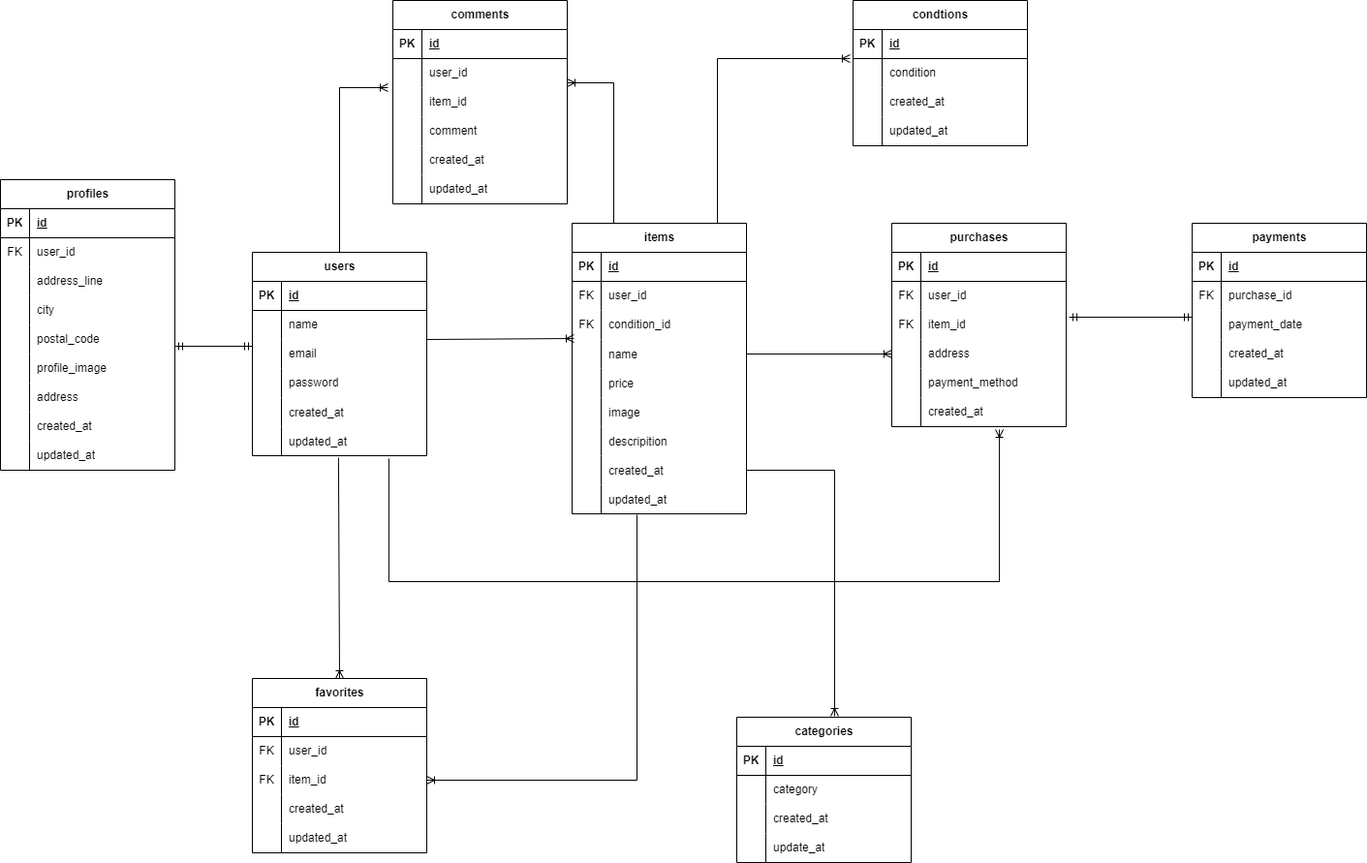
Before: ER.drawio.png, a diagram exported from draw.io (tominaga-rikiya/furima). Source tidied: cells renumbered, new cells last; positions are measured from the earlier drawing's top-left corner, leaving out a move shared by most shapes.
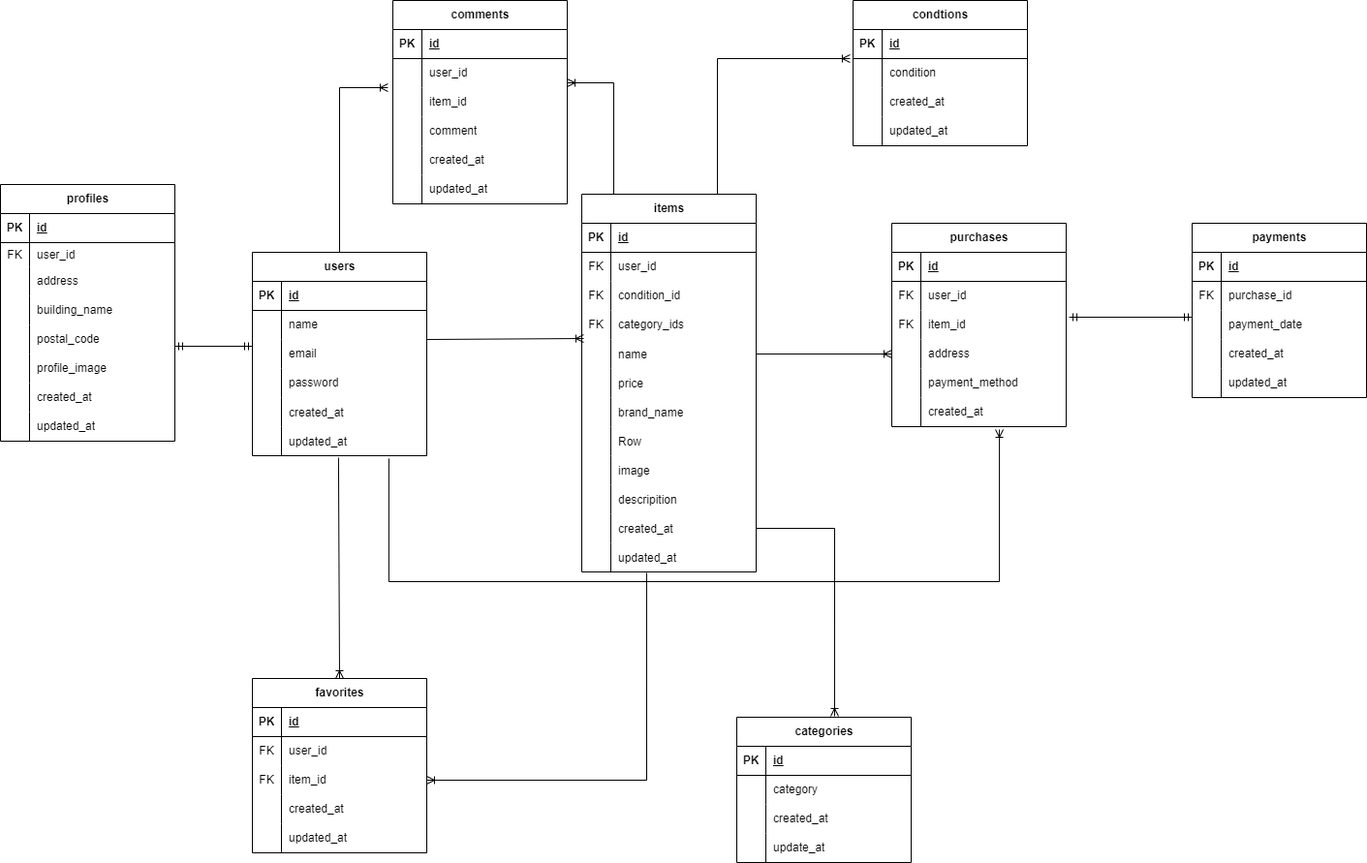
The same diagram one commit later.

Commit message:
ER図明るさ調整

Change to the diagram source:
```diff
@@ -1,4 +1,4 @@
-<mxGraphModel>
+<mxGraphModel background="#FFFFFF">
   <root>
     <mxCell id="0" />
     <mxCell id="1" parent="0" />
@@ -309,7 +309,7 @@
       <mxGeometry x="30" width="150" height="30" as="geometry" />
     </mxCell>
     <mxCell id="104" value="profiles" style="shape=table;startSize=30;rowLines=0;fontStyle=1;align=center;html=1;" parent="1" vertex="1">
-      <mxGeometry y="185" width="180" height="300" as="geometry" />
+      <mxGeometry y="190" width="180" height="265" as="geometry" />
     </mxCell>
     <mxCell id="105" style="shape=tableRow;horizontal=0;startSize=0;swimlaneHead=0;swimlaneBody=0;fillColor=none;top=0;left=0;right=0;bottom=1;" parent="104" vertex="1">
       <mxGeometry y="30" width="180" height="30" as="geometry" />
@@ -321,34 +321,34 @@
       <mxGeometry x="30" width="150" height="30" as="geometry" />
     </mxCell>
     <mxCell id="108" style="shape=tableRow;horizontal=0;startSize=0;swimlaneHead=0;swimlaneBody=0;fillColor=none;top=0;left=0;right=0;bottom=0;" parent="104" vertex="1">
-      <mxGeometry y="60" width="180" height="30" as="geometry" />
+      <mxGeometry y="60" width="180" height="25" as="geometry" />
     </mxCell>
     <mxCell id="109" value="FK" style="shape=partialRectangle;fillColor=none;top=0;left=0;bottom=0;right=0;overflow=hidden;whiteSpace=wrap;html=1;" parent="108" vertex="1">
-      <mxGeometry width="30" height="30" as="geometry" />
+      <mxGeometry width="30" height="25" as="geometry" />
     </mxCell>
     <mxCell id="110" value="user_id" style="shape=partialRectangle;fillColor=none;top=0;left=0;bottom=0;right=0;align=left;spacingLeft=6;overflow=hidden;whiteSpace=wrap;html=1;" parent="108" vertex="1">
-      <mxGeometry x="30" width="150" height="30" as="geometry" />
+      <mxGeometry x="30" width="150" height="25" as="geometry" />
     </mxCell>
     <mxCell id="111" style="shape=tableRow;horizontal=0;startSize=0;swimlaneHead=0;swimlaneBody=0;fillColor=none;top=0;left=0;right=0;bottom=0;" parent="104" vertex="1">
-      <mxGeometry y="90" width="180" height="30" as="geometry" />
+      <mxGeometry y="85" width="180" height="30" as="geometry" />
     </mxCell>
     <mxCell id="112" style="shape=partialRectangle;fillColor=none;top=0;left=0;bottom=0;right=0;overflow=hidden;whiteSpace=wrap;html=1;" parent="111" vertex="1">
       <mxGeometry width="30" height="30" as="geometry" />
     </mxCell>
-    <mxCell id="113" value="address_line" style="shape=partialRectangle;fillColor=none;top=0;left=0;bottom=0;right=0;align=left;spacingLeft=6;overflow=hidden;whiteSpace=wrap;html=1;" parent="111" vertex="1">
+    <mxCell id="113" value="address" style="shape=partialRectangle;fillColor=none;top=0;left=0;bottom=0;right=0;align=left;spacingLeft=6;overflow=hidden;whiteSpace=wrap;html=1;" parent="111" vertex="1">
       <mxGeometry x="30" width="150" height="30" as="geometry" />
     </mxCell>
     <mxCell id="114" style="shape=tableRow;horizontal=0;startSize=0;swimlaneHead=0;swimlaneBody=0;fillColor=none;top=0;left=0;right=0;bottom=0;" parent="104" vertex="1">
-      <mxGeometry y="120" width="180" height="30" as="geometry" />
+      <mxGeometry y="115" width="180" height="30" as="geometry" />
     </mxCell>
     <mxCell id="115" style="shape=partialRectangle;fillColor=none;top=0;left=0;bottom=0;right=0;overflow=hidden;whiteSpace=wrap;html=1;" parent="114" vertex="1">
       <mxGeometry width="30" height="30" as="geometry" />
     </mxCell>
-    <mxCell id="116" value="city" style="shape=partialRectangle;fillColor=none;top=0;left=0;bottom=0;right=0;align=left;spacingLeft=6;overflow=hidden;whiteSpace=wrap;html=1;" parent="114" vertex="1">
+    <mxCell id="116" value="building_name" style="shape=partialRectangle;fillColor=none;top=0;left=0;bottom=0;right=0;align=left;spacingLeft=6;overflow=hidden;whiteSpace=wrap;html=1;" parent="114" vertex="1">
       <mxGeometry x="30" width="150" height="30" as="geometry" />
     </mxCell>
     <mxCell id="117" style="shape=tableRow;horizontal=0;startSize=0;swimlaneHead=0;swimlaneBody=0;fillColor=none;points=[[0,0.5],[1,0.5]];portConstraint=eastwest;top=0;left=0;right=0;bottom=0;" parent="104" vertex="1">
-      <mxGeometry y="150" width="180" height="30" as="geometry" />
+      <mxGeometry y="145" width="180" height="30" as="geometry" />
     </mxCell>
     <mxCell id="118" style="shape=partialRectangle;fillColor=none;top=0;left=0;bottom=0;right=0;overflow=hidden;whiteSpace=wrap;html=1;" parent="117" vertex="1">
       <mxGeometry width="30" height="30" as="geometry" />
@@ -357,7 +357,7 @@
       <mxGeometry x="30" width="150" height="30" as="geometry" />
     </mxCell>
     <mxCell id="120" style="shape=tableRow;horizontal=0;startSize=0;swimlaneHead=0;swimlaneBody=0;fillColor=none;top=0;left=0;right=0;bottom=0;" parent="104" vertex="1">
-      <mxGeometry y="180" width="180" height="30" as="geometry" />
+      <mxGeometry y="175" width="180" height="30" as="geometry" />
     </mxCell>
     <mxCell id="121" style="shape=partialRectangle;fillColor=none;top=0;left=0;bottom=0;right=0;overflow=hidden;whiteSpace=wrap;html=1;" parent="120" vertex="1">
       <mxGeometry width="30" height="30" as="geometry" />
@@ -365,17 +365,8 @@
     <mxCell id="122" value="profile_image" style="shape=partialRectangle;fillColor=none;top=0;left=0;bottom=0;right=0;align=left;spacingLeft=6;overflow=hidden;whiteSpace=wrap;html=1;" parent="120" vertex="1">
       <mxGeometry x="30" width="150" height="30" as="geometry" />
     </mxCell>
-    <mxCell id="123" style="shape=tableRow;horizontal=0;startSize=0;swimlaneHead=0;swimlaneBody=0;fillColor=none;top=0;left=0;right=0;bottom=0;" parent="104" vertex="1">
-      <mxGeometry y="210" width="180" height="30" as="geometry" />
-    </mxCell>
-    <mxCell id="124" style="shape=partialRectangle;fillColor=none;top=0;left=0;bottom=0;right=0;overflow=hidden;whiteSpace=wrap;html=1;" parent="123" vertex="1">
-      <mxGeometry width="30" height="30" as="geometry" />
-    </mxCell>
-    <mxCell id="125" value="address" style="shape=partialRectangle;fillColor=none;top=0;left=0;bottom=0;right=0;align=left;spacingLeft=6;overflow=hidden;whiteSpace=wrap;html=1;" parent="123" vertex="1">
-      <mxGeometry x="30" width="150" height="30" as="geometry" />
-    </mxCell>
     <mxCell id="126" style="shape=tableRow;horizontal=0;startSize=0;swimlaneHead=0;swimlaneBody=0;fillColor=none;top=0;left=0;right=0;bottom=0;" parent="104" vertex="1">
-      <mxGeometry y="240" width="180" height="30" as="geometry" />
+      <mxGeometry y="205" width="180" height="30" as="geometry" />
     </mxCell>
     <mxCell id="127" style="shape=partialRectangle;fillColor=none;top=0;left=0;bottom=0;right=0;overflow=hidden;whiteSpace=wrap;html=1;" parent="126" vertex="1">
       <mxGeometry width="30" height="30" as="geometry" />
@@ -384,7 +375,7 @@
       <mxGeometry x="30" width="150" height="30" as="geometry" />
     </mxCell>
     <mxCell id="129" style="shape=tableRow;horizontal=0;startSize=0;swimlaneHead=0;swimlaneBody=0;fillColor=none;top=0;left=0;right=0;bottom=0;" parent="104" vertex="1">
-      <mxGeometry y="270" width="180" height="30" as="geometry" />
+      <mxGeometry y="235" width="180" height="30" as="geometry" />
     </mxCell>
     <mxCell id="130" style="shape=partialRectangle;fillColor=none;top=0;left=0;bottom=0;right=0;overflow=hidden;whiteSpace=wrap;html=1;" parent="129" vertex="1">
       <mxGeometry width="30" height="30" as="geometry" />
@@ -471,8 +462,18 @@
     <mxCell id="153" style="fontSize=12;html=1;endArrow=ERoneToMany;rounded=0;exitX=1;exitY=0.5;exitDx=0;exitDy=0;edgeStyle=orthogonalEdgeStyle;entryX=0.561;entryY=-0.007;entryDx=0;entryDy=0;entryPerimeter=0;" parent="1" edge="1" source="176" target="56">
       <mxGeometry relative="1" as="geometry" />
     </mxCell>
+    <mxCell id="182" style="edgeStyle=orthogonalEdgeStyle;fontSize=12;html=1;endArrow=ERoneToMany;rounded=0;exitX=0.372;exitY=1.033;exitDx=0;exitDy=0;exitPerimeter=0;entryX=1;entryY=0.5;entryDx=0;entryDy=0;" parent="1" edge="1" source="179" target="28">
+      <mxGeometry relative="1" as="geometry" />
+    </mxCell>
+    <mxCell id="183" style="edgeStyle=elbowEdgeStyle;fontSize=12;html=1;endArrow=ERoneToMany;rounded=0;exitX=0.783;exitY=1.1;exitDx=0;exitDy=0;exitPerimeter=0;entryX=0.617;entryY=1.1;entryDx=0;entryDy=0;entryPerimeter=0;" parent="1" edge="1" source="101" target="18">
+      <mxGeometry relative="1" as="geometry">
+        <Array as="points">
+          <mxPoint x="510" y="600" />
+        </Array>
+      </mxGeometry>
+    </mxCell>
     <mxCell id="154" value="items" style="shape=table;startSize=30;rowLines=0;fontStyle=1;align=center;html=1;" parent="1" vertex="1">
-      <mxGeometry x="590" y="230" width="180" height="300" as="geometry" />
+      <mxGeometry x="600" y="200" width="180" height="390" as="geometry" />
     </mxCell>
     <mxCell id="155" style="shape=tableRow;horizontal=0;startSize=0;swimlaneHead=0;swimlaneBody=0;fillColor=none;top=0;left=0;right=0;bottom=1;" parent="154" vertex="1">
       <mxGeometry y="30" width="180" height="30" as="geometry" />
@@ -501,8 +502,17 @@
     <mxCell id="163" value="condition_id" style="shape=partialRectangle;fillColor=none;top=0;left=0;bottom=0;right=0;align=left;spacingLeft=6;overflow=hidden;whiteSpace=wrap;html=1;" parent="161" vertex="1">
       <mxGeometry x="30" width="150" height="30" as="geometry" />
     </mxCell>
+    <mxCell id="184" style="shape=tableRow;horizontal=0;startSize=0;swimlaneHead=0;swimlaneBody=0;fillColor=none;top=0;left=0;right=0;bottom=0;" parent="154" vertex="1">
+      <mxGeometry y="120" width="180" height="30" as="geometry" />
+    </mxCell>
+    <mxCell id="185" value="FK" style="shape=partialRectangle;fillColor=none;top=0;left=0;bottom=0;right=0;fontStyle=0;overflow=hidden;whiteSpace=wrap;html=1;" parent="184" vertex="1">
+      <mxGeometry width="30" height="30" as="geometry" />
+    </mxCell>
+    <mxCell id="186" value="category_ids" style="shape=partialRectangle;fillColor=none;top=0;left=0;bottom=0;right=0;align=left;spacingLeft=6;fontStyle=0;overflow=hidden;whiteSpace=wrap;html=1;" parent="184" vertex="1">
+      <mxGeometry x="30" width="150" height="30" as="geometry" />
+    </mxCell>
     <mxCell id="164" style="shape=tableRow;horizontal=0;startSize=0;swimlaneHead=0;swimlaneBody=0;fillColor=none;points=[[0,0.5],[1,0.5]];portConstraint=eastwest;top=0;left=0;right=0;bottom=0;" parent="154" vertex="1">
-      <mxGeometry y="120" width="180" height="30" as="geometry" />
+      <mxGeometry y="150" width="180" height="30" as="geometry" />
     </mxCell>
     <mxCell id="165" style="shape=partialRectangle;fillColor=none;top=0;left=0;bottom=0;right=0;overflow=hidden;" parent="164" vertex="1">
       <mxGeometry width="30" height="30" as="geometry" />
@@ -511,7 +521,7 @@
       <mxGeometry x="30" width="150" height="30" as="geometry" />
     </mxCell>
     <mxCell id="167" style="shape=tableRow;horizontal=0;startSize=0;swimlaneHead=0;swimlaneBody=0;fillColor=none;top=0;left=0;right=0;bottom=0;" parent="154" vertex="1">
-      <mxGeometry y="150" width="180" height="30" as="geometry" />
+      <mxGeometry y="180" width="180" height="30" as="geometry" />
     </mxCell>
     <mxCell id="168" style="shape=partialRectangle;fillColor=none;top=0;left=0;bottom=0;right=0;overflow=hidden;" parent="167" vertex="1">
       <mxGeometry width="30" height="30" as="geometry" />
@@ -519,8 +529,26 @@
     <mxCell id="169" value="price" style="shape=partialRectangle;fillColor=none;top=0;left=0;bottom=0;right=0;align=left;spacingLeft=6;overflow=hidden;" parent="167" vertex="1">
       <mxGeometry x="30" width="150" height="30" as="geometry" />
     </mxCell>
+    <mxCell id="123" style="shape=tableRow;horizontal=0;startSize=0;swimlaneHead=0;swimlaneBody=0;fillColor=none;top=0;left=0;right=0;bottom=0;" parent="154" vertex="1">
+      <mxGeometry y="210" width="180" height="30" as="geometry" />
+    </mxCell>
+    <mxCell id="187" style="shape=partialRectangle;fillColor=none;top=0;left=0;bottom=0;right=0;overflow=hidden;" parent="123" vertex="1">
+      <mxGeometry width="30" height="30" as="geometry" />
+    </mxCell>
+    <mxCell id="188" value="brand_name" style="shape=partialRectangle;fillColor=none;top=0;left=0;bottom=0;right=0;align=left;spacingLeft=6;overflow=hidden;" parent="123" vertex="1">
+      <mxGeometry x="30" width="150" height="30" as="geometry" />
+    </mxCell>
+    <mxCell id="189" style="shape=tableRow;horizontal=0;startSize=0;swimlaneHead=0;swimlaneBody=0;fillColor=none;top=0;left=0;right=0;bottom=0;" parent="154" vertex="1">
+      <mxGeometry y="240" width="180" height="30" as="geometry" />
+    </mxCell>
+    <mxCell id="190" style="shape=partialRectangle;fillColor=none;top=0;left=0;bottom=0;right=0;overflow=hidden;" parent="189" vertex="1">
+      <mxGeometry width="30" height="30" as="geometry" />
+    </mxCell>
+    <mxCell id="191" value="Row" style="shape=partialRectangle;fillColor=none;top=0;left=0;bottom=0;right=0;align=left;spacingLeft=6;overflow=hidden;" parent="189" vertex="1">
+      <mxGeometry x="30" width="150" height="30" as="geometry" />
+    </mxCell>
     <mxCell id="170" style="shape=tableRow;horizontal=0;startSize=0;swimlaneHead=0;swimlaneBody=0;fillColor=none;top=0;left=0;right=0;bottom=0;" parent="154" vertex="1">
-      <mxGeometry y="180" width="180" height="30" as="geometry" />
+      <mxGeometry y="270" width="180" height="30" as="geometry" />
     </mxCell>
     <mxCell id="171" style="shape=partialRectangle;fillColor=none;top=0;left=0;bottom=0;right=0;overflow=hidden;" parent="170" vertex="1">
       <mxGeometry width="30" height="30" as="geometry" />
@@ -529,7 +557,7 @@
       <mxGeometry x="30" width="150" height="30" as="geometry" />
     </mxCell>
     <mxCell id="173" style="shape=tableRow;horizontal=0;startSize=0;swimlaneHead=0;swimlaneBody=0;fillColor=none;top=0;left=0;right=0;bottom=0;" parent="154" vertex="1">
-      <mxGeometry y="210" width="180" height="30" as="geometry" />
+      <mxGeometry y="300" width="180" height="30" as="geometry" />
     </mxCell>
     <mxCell id="174" style="shape=partialRectangle;fillColor=none;top=0;left=0;bottom=0;right=0;overflow=hidden;" parent="173" vertex="1">
       <mxGeometry width="30" height="30" as="geometry" />
@@ -538,7 +566,7 @@
       <mxGeometry x="30" width="150" height="30" as="geometry" />
     </mxCell>
     <mxCell id="176" style="shape=tableRow;horizontal=0;startSize=0;swimlaneHead=0;swimlaneBody=0;fillColor=none;points=[[0,0.5],[1,0.5]];portConstraint=eastwest;top=0;left=0;right=0;bottom=0;" parent="154" vertex="1">
-      <mxGeometry y="240" width="180" height="30" as="geometry" />
+      <mxGeometry y="330" width="180" height="30" as="geometry" />
     </mxCell>
     <mxCell id="177" style="shape=partialRectangle;fillColor=none;top=0;left=0;bottom=0;right=0;overflow=hidden;" parent="176" vertex="1">
       <mxGeometry width="30" height="30" as="geometry" />
@@ -547,7 +575,7 @@
       <mxGeometry x="30" width="150" height="30" as="geometry" />
     </mxCell>
     <mxCell id="179" style="shape=tableRow;horizontal=0;startSize=0;swimlaneHead=0;swimlaneBody=0;fillColor=none;points=[[0,0.5],[1,0.5]];portConstraint=eastwest;top=0;left=0;right=0;bottom=0;" parent="154" vertex="1">
-      <mxGeometry y="270" width="180" height="30" as="geometry" />
+      <mxGeometry y="360" width="180" height="30" as="geometry" />
     </mxCell>
     <mxCell id="180" style="shape=partialRectangle;fillColor=none;top=0;left=0;bottom=0;right=0;overflow=hidden;" parent="179" vertex="1">
       <mxGeometry width="30" height="30" as="geometry" />
@@ -555,15 +583,5 @@
     <mxCell id="181" value="updated_at" style="shape=partialRectangle;fillColor=none;top=0;left=0;bottom=0;right=0;align=left;spacingLeft=6;overflow=hidden;" parent="179" vertex="1">
       <mxGeometry x="30" width="150" height="30" as="geometry" />
     </mxCell>
-    <mxCell id="182" style="edgeStyle=orthogonalEdgeStyle;fontSize=12;html=1;endArrow=ERoneToMany;rounded=0;exitX=0.372;exitY=1.033;exitDx=0;exitDy=0;exitPerimeter=0;entryX=1;entryY=0.5;entryDx=0;entryDy=0;" parent="1" edge="1" source="179" target="28">
-      <mxGeometry relative="1" as="geometry" />
-    </mxCell>
-    <mxCell id="183" style="edgeStyle=elbowEdgeStyle;fontSize=12;html=1;endArrow=ERoneToMany;rounded=0;exitX=0.783;exitY=1.1;exitDx=0;exitDy=0;exitPerimeter=0;entryX=0.617;entryY=1.1;entryDx=0;entryDy=0;entryPerimeter=0;" parent="1" edge="1" source="101" target="18">
-      <mxGeometry relative="1" as="geometry">
-        <Array as="points">
-          <mxPoint x="510" y="600" />
-        </Array>
-      </mxGeometry>
-    </mxCell>
   </root>
 </mxGraphModel>
```
